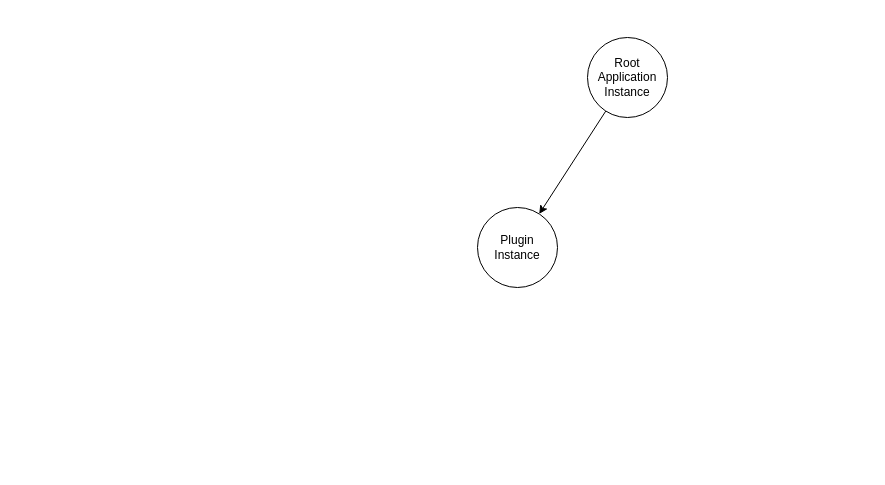
This is sketch.drawio from Eomm/TKYT, a draw.io file, before an edit. Source tidied: cells renumbered, new cells numbered last; positions are measured from the earlier drawing's top-left corner, leaving out a move shared by most shapes. Both pictures are drawn from the tidied source at 100%, with x=0, y=0 at pixel (477, 37).
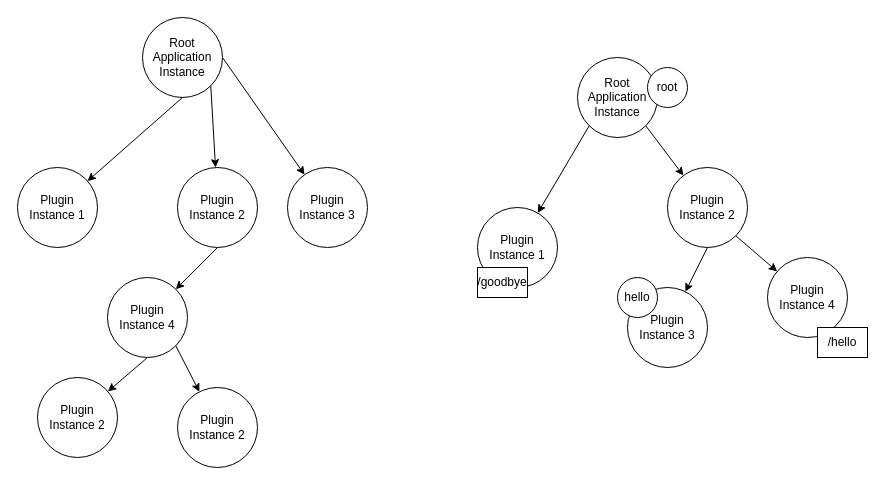
The same diagram, later.

Change to the diagram source:
```diff
@@
-    <mxCell id="2" style="edgeStyle=none;html=1;" parent="1" edge="1" source="3" target="4">
+    <mxCell id="2" style="edgeStyle=none;html=1;exitX=0;exitY=1;exitDx=0;exitDy=0;" parent="1" edge="1" source="7" target="4">
       <mxGeometry relative="1" as="geometry" />
     </mxCell>
-    <mxCell id="3" value="Root Application&lt;br&gt;Instance" style="ellipse;whiteSpace=wrap;html=1;" parent="1" vertex="1">
-      <mxGeometry x="110" width="80" height="80" as="geometry" />
-    </mxCell>
-    <mxCell id="4" value="Plugin Instance" style="ellipse;whiteSpace=wrap;html=1;" parent="1" vertex="1">
+    <mxCell id="4" value="Plugin Instance 1" style="ellipse;whiteSpace=wrap;html=1;" parent="1" vertex="1">
       <mxGeometry y="170" width="80" height="80" as="geometry" />
     </mxCell>
+    <mxCell id="5" value="/goodbye" style="rounded=0;whiteSpace=wrap;html=1;" parent="1" vertex="1">
+      <mxGeometry y="230" width="50" height="30" as="geometry" />
+    </mxCell>
+    <mxCell id="6" style="edgeStyle=none;html=1;exitX=1;exitY=1;exitDx=0;exitDy=0;" parent="1" edge="1" source="7" target="10">
+      <mxGeometry relative="1" as="geometry" />
+    </mxCell>
+    <mxCell id="7" value="Root Application&lt;br&gt;Instance" style="ellipse;whiteSpace=wrap;html=1;" parent="1" vertex="1">
+      <mxGeometry x="100" y="20" width="80" height="80" as="geometry" />
+    </mxCell>
+    <mxCell id="8" style="edgeStyle=none;html=1;exitX=0.5;exitY=1;exitDx=0;exitDy=0;" parent="1" edge="1" source="10" target="11">
+      <mxGeometry relative="1" as="geometry" />
+    </mxCell>
+    <mxCell id="9" style="edgeStyle=none;html=1;exitX=1;exitY=1;exitDx=0;exitDy=0;" parent="1" edge="1" source="10" target="12">
+      <mxGeometry relative="1" as="geometry" />
+    </mxCell>
+    <mxCell id="10" value="Plugin Instance 2" style="ellipse;whiteSpace=wrap;html=1;" parent="1" vertex="1">
+      <mxGeometry x="190" y="130" width="80" height="80" as="geometry" />
+    </mxCell>
+    <mxCell id="11" value="Plugin Instance 3" style="ellipse;whiteSpace=wrap;html=1;" parent="1" vertex="1">
+      <mxGeometry x="150" y="250" width="80" height="80" as="geometry" />
+    </mxCell>
+    <mxCell id="12" value="Plugin Instance 4" style="ellipse;whiteSpace=wrap;html=1;" parent="1" vertex="1">
+      <mxGeometry x="290" y="220" width="80" height="80" as="geometry" />
+    </mxCell>
+    <mxCell id="13" value="root" style="ellipse;whiteSpace=wrap;html=1;" parent="1" vertex="1">
+      <mxGeometry x="170" y="30" width="40" height="40" as="geometry" />
+    </mxCell>
+    <mxCell id="14" value="hello" style="ellipse;whiteSpace=wrap;html=1;" parent="1" vertex="1">
+      <mxGeometry x="140" y="240" width="40" height="40" as="geometry" />
+    </mxCell>
+    <mxCell id="15" value="/hello" style="rounded=0;whiteSpace=wrap;html=1;" parent="1" vertex="1">
+      <mxGeometry x="340" y="290" width="50" height="30" as="geometry" />
+    </mxCell>
+    <mxCell id="16" style="edgeStyle=none;html=1;exitX=0.5;exitY=1;exitDx=0;exitDy=0;" parent="1" edge="1" source="19" target="20">
+      <mxGeometry relative="1" as="geometry" />
+    </mxCell>
+    <mxCell id="17" style="edgeStyle=none;html=1;exitX=1;exitY=1;exitDx=0;exitDy=0;" parent="1" edge="1" source="19" target="22">
+      <mxGeometry relative="1" as="geometry" />
+    </mxCell>
+    <mxCell id="18" style="edgeStyle=none;html=1;exitX=1;exitY=0.5;exitDx=0;exitDy=0;" parent="1" edge="1" source="19" target="23">
+      <mxGeometry relative="1" as="geometry" />
+    </mxCell>
+    <mxCell id="19" value="Root Application&lt;br&gt;Instance" style="ellipse;whiteSpace=wrap;html=1;" parent="1" vertex="1">
+      <mxGeometry x="-335" y="-20" width="80" height="80" as="geometry" />
+    </mxCell>
+    <mxCell id="20" value="Plugin Instance 1" style="ellipse;whiteSpace=wrap;html=1;" parent="1" vertex="1">
+      <mxGeometry x="-460" y="130" width="80" height="80" as="geometry" />
+    </mxCell>
+    <mxCell id="21" style="edgeStyle=none;html=1;exitX=0.5;exitY=1;exitDx=0;exitDy=0;" parent="1" edge="1" source="22" target="26">
+      <mxGeometry relative="1" as="geometry" />
+    </mxCell>
+    <mxCell id="22" value="Plugin Instance 2" style="ellipse;whiteSpace=wrap;html=1;" parent="1" vertex="1">
+      <mxGeometry x="-300" y="130" width="80" height="80" as="geometry" />
+    </mxCell>
+    <mxCell id="23" value="Plugin Instance 3" style="ellipse;whiteSpace=wrap;html=1;" parent="1" vertex="1">
+      <mxGeometry x="-190" y="130" width="80" height="80" as="geometry" />
+    </mxCell>
+    <mxCell id="24" style="edgeStyle=none;html=1;exitX=0.5;exitY=1;exitDx=0;exitDy=0;" parent="1" edge="1" source="26" target="27">
+      <mxGeometry relative="1" as="geometry" />
+    </mxCell>
+    <mxCell id="25" style="edgeStyle=none;html=1;exitX=1;exitY=1;exitDx=0;exitDy=0;" parent="1" edge="1" source="26" target="28">
+      <mxGeometry relative="1" as="geometry" />
+    </mxCell>
+    <mxCell id="26" value="Plugin Instance 4" style="ellipse;whiteSpace=wrap;html=1;" parent="1" vertex="1">
+      <mxGeometry x="-370" y="240" width="80" height="80" as="geometry" />
+    </mxCell>
+    <mxCell id="27" value="Plugin Instance 2" style="ellipse;whiteSpace=wrap;html=1;" parent="1" vertex="1">
+      <mxGeometry x="-440" y="340" width="80" height="80" as="geometry" />
+    </mxCell>
+    <mxCell id="28" value="Plugin Instance 2" style="ellipse;whiteSpace=wrap;html=1;" parent="1" vertex="1">
+      <mxGeometry x="-300" y="350" width="80" height="80" as="geometry" />
+    </mxCell>
```
